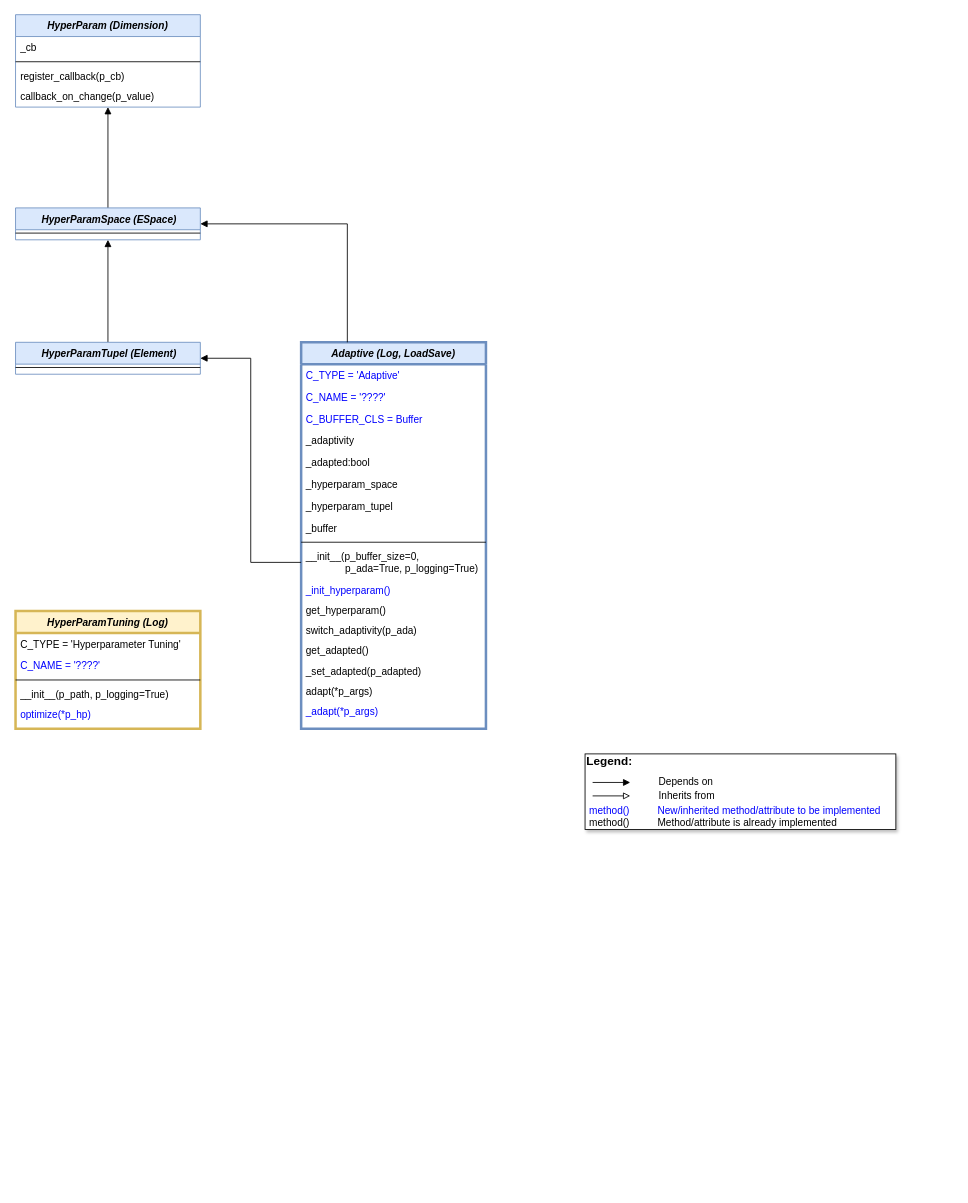
This is doc/bf/uml_ml.drawio from fhswf/MLPro, a draw.io file, before an edit. Source tidied: cells renumbered, new cells numbered last; positions are measured from the earlier drawing's top-left corner, leaving out a move shared by most shapes. Both pictures are drawn from the tidied source at 84%, with x=0, y=0 at pixel (15, 14).
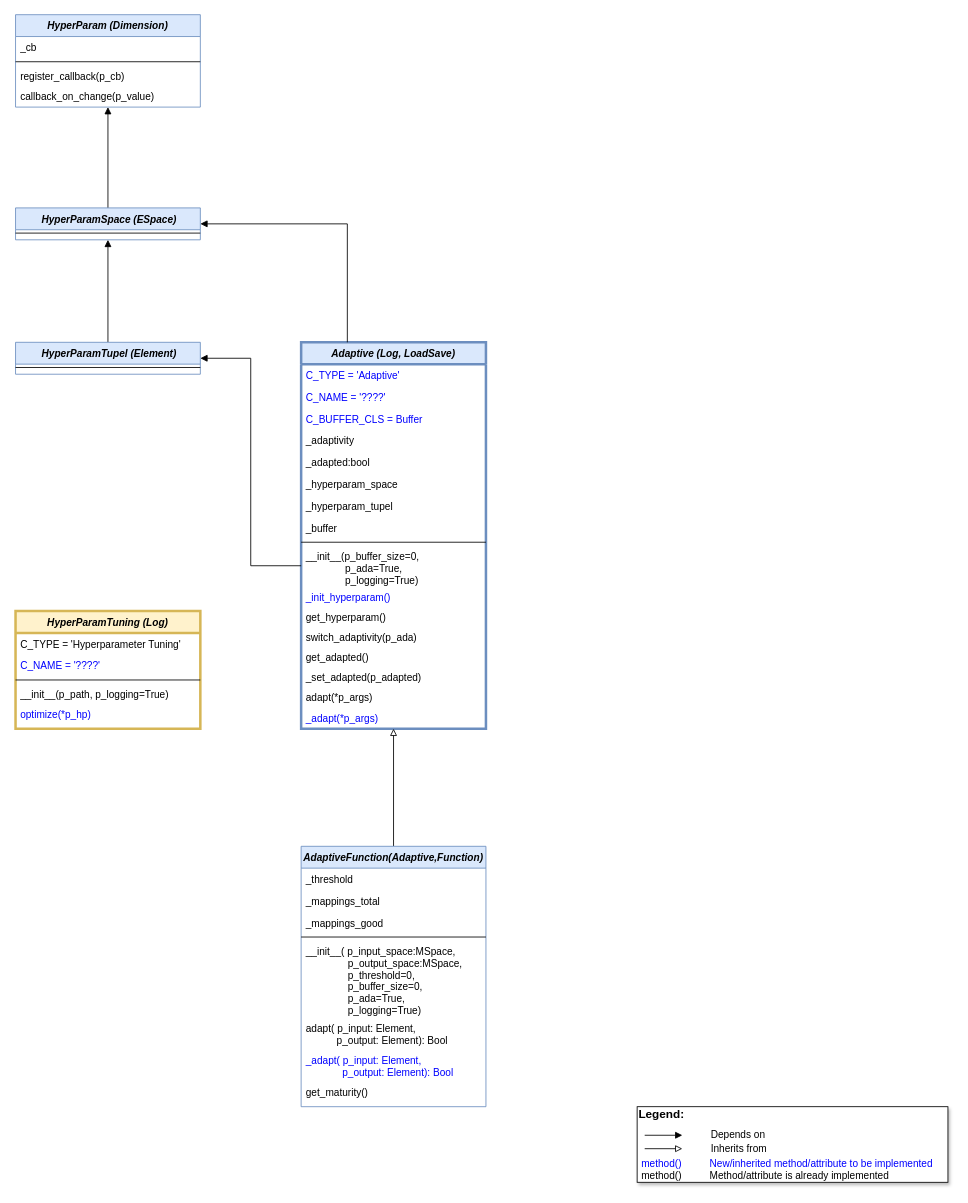
After the change.

Commit message (it also covers changes not shown here):
New classes Function, AdaptiveFunction

The change refers to these unchanged cells:
```xml
<mxCell id="6" value="Adaptive (Log, LoadSave)" style="swimlane;fontStyle=3;align=center;verticalAlign=top;horizontal=1;startSize=26;rounded=0;shadow=0;strokeWidth=3;fillColor=#dae8fc;strokeColor=#6c8ebf;" parent="1" vertex="1">
  <mxGeometry x="340" y="390" width="220" height="460" as="geometry" />
</mxCell>
```

The edit, as a diff of the source:
```diff
@@
     <mxCell id="2" style="group;" parent="1" vertex="1">
-      <mxGeometry x="678" y="880" width="370" height="90" as="geometry" />
+      <mxGeometry x="740" y="1300" width="370" height="90" as="geometry" />
     </mxCell>
@@
-    <mxCell id="16" value="__init__(p_buffer_size=0,&#10;              p_ada=True, p_logging=True)" style="text;align=left;verticalAlign=top;spacingLeft=4;spacingRight=4;overflow=hidden;points=[[0,0.5],[1,0.5]];portConstraint=eastwest;" parent="6" vertex="1">
-      <mxGeometry y="242" width="220" height="40" as="geometry" />
+    <mxCell id="16" value="__init__(p_buffer_size=0,&#10;              p_ada=True, &#10;              p_logging=True)" style="text;align=left;verticalAlign=top;spacingLeft=4;spacingRight=4;overflow=hidden;points=[[0,0.5],[1,0.5]];portConstraint=eastwest;" parent="6" vertex="1">
+      <mxGeometry y="242" width="220" height="48" as="geometry" />
     </mxCell>
     <mxCell id="17" value="_init_hyperparam()" style="text;align=left;verticalAlign=top;spacingLeft=4;spacingRight=4;overflow=hidden;fontColor=#0000FF;" parent="6" vertex="1">
-      <mxGeometry y="282" width="220" height="24" as="geometry" />
+      <mxGeometry y="290" width="220" height="24" as="geometry" />
     </mxCell>
     <mxCell id="18" value="get_hyperparam()" style="text;align=left;verticalAlign=top;spacingLeft=4;spacingRight=4;overflow=hidden;" parent="6" vertex="1">
-      <mxGeometry y="306" width="220" height="24" as="geometry" />
+      <mxGeometry y="314" width="220" height="24" as="geometry" />
     </mxCell>
     <mxCell id="19" value="switch_adaptivity(p_ada)" style="text;align=left;verticalAlign=top;spacingLeft=4;spacingRight=4;overflow=hidden;" parent="6" vertex="1">
-      <mxGeometry y="330" width="220" height="24" as="geometry" />
+      <mxGeometry y="338" width="220" height="24" as="geometry" />
     </mxCell>
     <mxCell id="20" value="get_adapted()" style="text;align=left;verticalAlign=top;spacingLeft=4;spacingRight=4;overflow=hidden;" parent="6" vertex="1">
-      <mxGeometry y="354" width="220" height="24" as="geometry" />
+      <mxGeometry y="362" width="220" height="24" as="geometry" />
     </mxCell>
     <mxCell id="21" value="_set_adapted(p_adapted)" style="text;align=left;verticalAlign=top;spacingLeft=4;spacingRight=4;overflow=hidden;" parent="6" vertex="1">
-      <mxGeometry y="378" width="220" height="24" as="geometry" />
+      <mxGeometry y="386" width="220" height="24" as="geometry" />
     </mxCell>
     <mxCell id="22" value="adapt(*p_args)" style="text;align=left;verticalAlign=top;spacingLeft=4;spacingRight=4;overflow=hidden;" parent="6" vertex="1">
-      <mxGeometry y="402" width="220" height="24" as="geometry" />
+      <mxGeometry y="410" width="220" height="24" as="geometry" />
     </mxCell>
     <mxCell id="23" value="_adapt(*p_args)" style="text;align=left;verticalAlign=top;spacingLeft=4;spacingRight=4;overflow=hidden;fontColor=#0000FF;" parent="6" vertex="1">
-      <mxGeometry y="426" width="220" height="24" as="geometry" />
+      <mxGeometry y="434" width="220" height="24" as="geometry" />
     </mxCell>
@@
+    <mxCell id="43" style="edgeStyle=orthogonalEdgeStyle;rounded=0;jettySize=auto;html=1;endArrow=block;endFill=0;" parent="1" edge="1" source="44" target="6">
+      <mxGeometry relative="1" as="geometry" />
+    </mxCell>
+    <mxCell id="44" value="AdaptiveFunction(Adaptive,Function)" style="swimlane;fontStyle=3;align=center;verticalAlign=top;horizontal=1;startSize=26;rounded=0;shadow=0;strokeWidth=1;fillColor=#dae8fc;strokeColor=#6c8ebf;" parent="1" vertex="1">
+      <mxGeometry x="340" y="990" width="220" height="310" as="geometry" />
+    </mxCell>
+    <mxCell id="45" value="_threshold" style="text;align=left;verticalAlign=top;spacingLeft=4;spacingRight=4;overflow=hidden;" parent="44" vertex="1">
+      <mxGeometry y="26" width="220" height="26" as="geometry" />
+    </mxCell>
+    <mxCell id="46" value="_mappings_total" style="text;align=left;verticalAlign=top;spacingLeft=4;spacingRight=4;overflow=hidden;" parent="44" vertex="1">
+      <mxGeometry y="52" width="220" height="26" as="geometry" />
+    </mxCell>
+    <mxCell id="47" value="_mappings_good" style="text;align=left;verticalAlign=top;spacingLeft=4;spacingRight=4;overflow=hidden;" parent="44" vertex="1">
+      <mxGeometry y="78" width="220" height="26" as="geometry" />
+    </mxCell>
+    <mxCell id="48" style="line;html=1;strokeWidth=1;align=left;verticalAlign=middle;spacingTop=-1;spacingLeft=3;spacingRight=3;labelPosition=right;" parent="44" vertex="1">
+      <mxGeometry y="104" width="220" height="8" as="geometry" />
+    </mxCell>
+    <mxCell id="49" value="__init__( p_input_space:MSpace,&#10;               p_output_space:MSpace,&#10;               p_threshold=0,&#10;               p_buffer_size=0,&#10;               p_ada=True, &#10;               p_logging=True)" style="text;align=left;verticalAlign=top;spacingLeft=4;spacingRight=4;overflow=hidden;" parent="44" vertex="1">
+      <mxGeometry y="112" width="220" height="92" as="geometry" />
+    </mxCell>
+    <mxCell id="50" value="adapt( p_input: Element,&#10;           p_output: Element): Bool" style="text;align=left;verticalAlign=top;spacingLeft=4;spacingRight=4;overflow=hidden;" parent="44" vertex="1">
+      <mxGeometry y="204" width="220" height="38" as="geometry" />
+    </mxCell>
+    <mxCell id="51" value="_adapt( p_input: Element,&#10;             p_output: Element): Bool" style="text;align=left;verticalAlign=top;spacingLeft=4;spacingRight=4;overflow=hidden;fontColor=#0000FF;" parent="44" vertex="1">
+      <mxGeometry y="242" width="220" height="38" as="geometry" />
+    </mxCell>
+    <mxCell id="52" value="get_maturity()" style="text;align=left;verticalAlign=top;spacingLeft=4;spacingRight=4;overflow=hidden;" parent="44" vertex="1">
+      <mxGeometry y="280" width="220" height="24" as="geometry" />
+    </mxCell>
```
